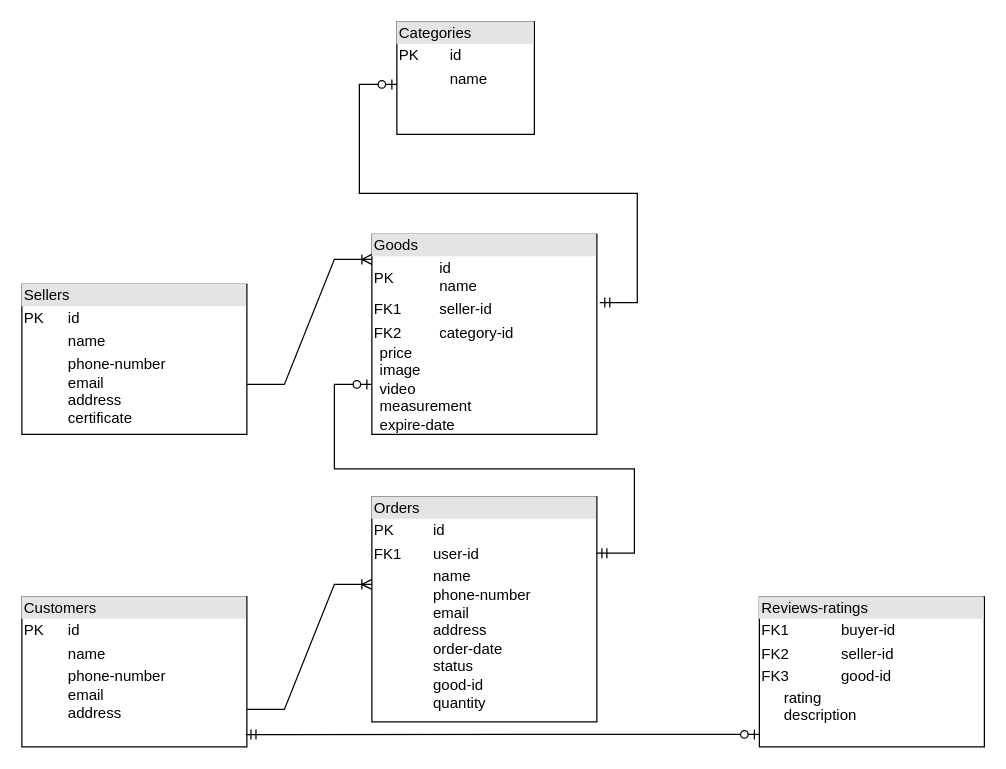
This is Untitled Diagram.drawio from 97sithu/UML, a draw.io file, before an edit. Source tidied: cells renumbered, new cells numbered last; positions are measured from the earlier drawing's top-left corner, leaving out a move shared by most shapes. Both pictures are drawn from the tidied source at 125%, with x=0, y=0 at pixel (21, 21).
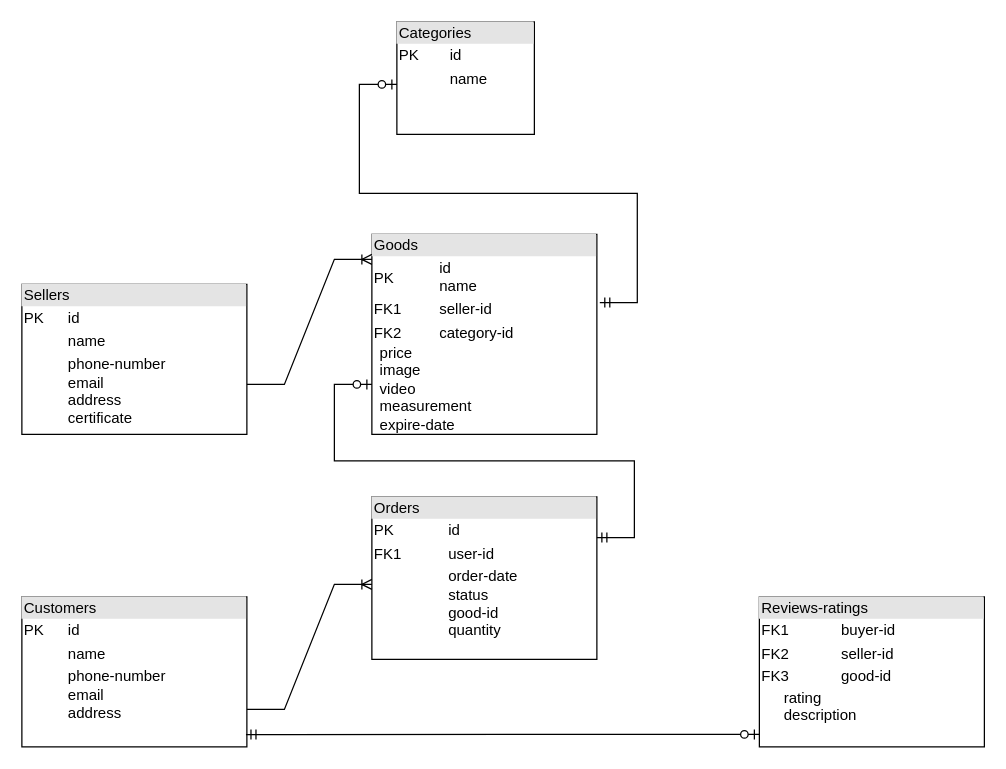
The same page after the edit.

Change to the diagram source:
```diff
@@
 <mxGraphModel>
   <root>
     <mxCell id="0" />
     <mxCell id="1" parent="0" />
     <mxCell id="2" value="&lt;div style=&quot;box-sizing: border-box ; width: 100% ; background: #e4e4e4 ; padding: 2px&quot;&gt;Categories&lt;/div&gt;&lt;table style=&quot;width: 100% ; font-size: 1em&quot; cellpadding=&quot;2&quot; cellspacing=&quot;0&quot;&gt;&lt;tbody&gt;&lt;tr&gt;&lt;td&gt;PK&lt;/td&gt;&lt;td&gt;id&lt;/td&gt;&lt;/tr&gt;&lt;tr&gt;&lt;td&gt;&lt;br&gt;&lt;/td&gt;&lt;td&gt;name&lt;/td&gt;&lt;/tr&gt;&lt;/tbody&gt;&lt;/table&gt;" style="verticalAlign=top;align=left;overflow=fill;html=1;" parent="1" vertex="1">
       <mxGeometry x="300" width="110" height="90" as="geometry" />
     </mxCell>
     <mxCell id="3" value="&lt;div style=&quot;box-sizing: border-box ; width: 100% ; background: #e4e4e4 ; padding: 2px&quot;&gt;Goods&lt;/div&gt;&lt;table style=&quot;width: 100% ; font-size: 1em&quot; cellpadding=&quot;2&quot; cellspacing=&quot;0&quot;&gt;&lt;tbody&gt;&lt;tr&gt;&lt;td&gt;PK&lt;/td&gt;&lt;td&gt;id&lt;br&gt;name&lt;/td&gt;&lt;/tr&gt;&lt;tr&gt;&lt;td&gt;FK1&lt;/td&gt;&lt;td&gt;seller-id&lt;br&gt;&lt;/td&gt;&lt;/tr&gt;&lt;tr&gt;&lt;td&gt;FK2&lt;/td&gt;&lt;td&gt;category-id&lt;/td&gt;&lt;/tr&gt;&lt;/tbody&gt;&lt;/table&gt;&lt;span style=&quot;white-space: pre&quot;&gt; &lt;/span&gt;&lt;span style=&quot;white-space: pre&quot;&gt; &lt;/span&gt;price&lt;br&gt;&lt;span style=&quot;white-space: pre&quot;&gt; &lt;/span&gt;&lt;span style=&quot;white-space: pre&quot;&gt; &lt;/span&gt;image&lt;br&gt;&lt;span style=&quot;white-space: pre&quot;&gt; &lt;/span&gt;&lt;span style=&quot;white-space: pre&quot;&gt; &lt;/span&gt;video&lt;br&gt;&lt;span style=&quot;white-space: pre&quot;&gt; &lt;/span&gt;&lt;span style=&quot;white-space: pre&quot;&gt; &lt;/span&gt;measurement&lt;br&gt;&lt;span style=&quot;white-space: pre&quot;&gt; &lt;/span&gt;&lt;span style=&quot;white-space: pre&quot;&gt; &lt;/span&gt;expire-date&amp;nbsp;" style="verticalAlign=top;align=left;overflow=fill;html=1;" parent="1" vertex="1">
       <mxGeometry x="280" y="170" width="180" height="160" as="geometry" />
     </mxCell>
     <mxCell id="4" value="&lt;div style=&quot;box-sizing: border-box ; width: 100% ; background: #e4e4e4 ; padding: 2px&quot;&gt;Sellers&lt;/div&gt;&lt;table style=&quot;width: 100% ; font-size: 1em&quot; cellpadding=&quot;2&quot; cellspacing=&quot;0&quot;&gt;&lt;tbody&gt;&lt;tr&gt;&lt;td&gt;PK&lt;/td&gt;&lt;td&gt;id&lt;/td&gt;&lt;/tr&gt;&lt;tr&gt;&lt;td&gt;&lt;br&gt;&lt;/td&gt;&lt;td&gt;name&lt;/td&gt;&lt;/tr&gt;&lt;tr&gt;&lt;td&gt;&lt;/td&gt;&lt;td&gt;phone-number&lt;br&gt;email&lt;br&gt;address&lt;br&gt;certificate&lt;/td&gt;&lt;/tr&gt;&lt;/tbody&gt;&lt;/table&gt;" style="verticalAlign=top;align=left;overflow=fill;html=1;" parent="1" vertex="1">
       <mxGeometry y="210" width="180" height="120" as="geometry" />
     </mxCell>
     <mxCell id="5" value="&lt;div style=&quot;box-sizing: border-box ; width: 100% ; background: #e4e4e4 ; padding: 2px&quot;&gt;Customers&lt;/div&gt;&lt;table style=&quot;width: 100% ; font-size: 1em&quot; cellpadding=&quot;2&quot; cellspacing=&quot;0&quot;&gt;&lt;tbody&gt;&lt;tr&gt;&lt;td&gt;PK&lt;/td&gt;&lt;td&gt;id&lt;/td&gt;&lt;/tr&gt;&lt;tr&gt;&lt;td&gt;&lt;br&gt;&lt;/td&gt;&lt;td&gt;name&lt;/td&gt;&lt;/tr&gt;&lt;tr&gt;&lt;td&gt;&lt;/td&gt;&lt;td&gt;phone-number&lt;br&gt;email&lt;br&gt;address&lt;/td&gt;&lt;/tr&gt;&lt;/tbody&gt;&lt;/table&gt;" style="verticalAlign=top;align=left;overflow=fill;html=1;" parent="1" vertex="1">
       <mxGeometry y="460" width="180" height="120" as="geometry" />
     </mxCell>
-    <mxCell id="6" value="&lt;div style=&quot;box-sizing: border-box ; width: 100% ; background: #e4e4e4 ; padding: 2px&quot;&gt;Orders&lt;/div&gt;&lt;table style=&quot;width: 100% ; font-size: 1em&quot; cellpadding=&quot;2&quot; cellspacing=&quot;0&quot;&gt;&lt;tbody&gt;&lt;tr&gt;&lt;td&gt;PK&lt;/td&gt;&lt;td&gt;id&lt;/td&gt;&lt;/tr&gt;&lt;tr&gt;&lt;td&gt;FK1&lt;span style=&quot;white-space: pre&quot;&gt; &lt;/span&gt;&lt;/td&gt;&lt;td&gt;user-id&lt;/td&gt;&lt;/tr&gt;&lt;tr&gt;&lt;td&gt;&lt;/td&gt;&lt;td&gt;name&lt;br&gt;phone-number&lt;br&gt;email&lt;br&gt;address&lt;br&gt;order-date&lt;br&gt;status&lt;br&gt;good-id&lt;br&gt;quantity&lt;/td&gt;&lt;/tr&gt;&lt;/tbody&gt;&lt;/table&gt;" style="verticalAlign=top;align=left;overflow=fill;html=1;" parent="1" vertex="1">
-      <mxGeometry x="280" y="380" width="180" height="180" as="geometry" />
+    <mxCell id="6" value="&lt;div style=&quot;box-sizing: border-box ; width: 100% ; background: #e4e4e4 ; padding: 2px&quot;&gt;Orders&lt;/div&gt;&lt;table style=&quot;width: 100% ; font-size: 1em&quot; cellpadding=&quot;2&quot; cellspacing=&quot;0&quot;&gt;&lt;tbody&gt;&lt;tr&gt;&lt;td&gt;PK&lt;/td&gt;&lt;td&gt;id&lt;/td&gt;&lt;/tr&gt;&lt;tr&gt;&lt;td&gt;FK1&lt;span style=&quot;white-space: pre&quot;&gt; &lt;/span&gt;&lt;/td&gt;&lt;td&gt;user-id&lt;/td&gt;&lt;/tr&gt;&lt;tr&gt;&lt;td&gt;&lt;/td&gt;&lt;td&gt;order-date&lt;br&gt;status&lt;br&gt;good-id&lt;br&gt;quantity&lt;/td&gt;&lt;/tr&gt;&lt;/tbody&gt;&lt;/table&gt;" style="verticalAlign=top;align=left;overflow=fill;html=1;" parent="1" vertex="1">
+      <mxGeometry x="280" y="380" width="180" height="130" as="geometry" />
     </mxCell>
     <mxCell id="7" value="&lt;div style=&quot;box-sizing: border-box ; width: 100% ; background: #e4e4e4 ; padding: 2px&quot;&gt;Reviews-ratings&lt;/div&gt;&lt;table style=&quot;width: 100% ; font-size: 1em&quot; cellpadding=&quot;2&quot; cellspacing=&quot;0&quot;&gt;&lt;tbody&gt;&lt;tr&gt;&lt;td&gt;FK1&lt;/td&gt;&lt;td&gt;buyer-id&lt;/td&gt;&lt;/tr&gt;&lt;tr&gt;&lt;td&gt;FK2&lt;/td&gt;&lt;td&gt;seller-id&lt;/td&gt;&lt;/tr&gt;&lt;tr&gt;&lt;td&gt;FK3&lt;/td&gt;&lt;td&gt;good-id&lt;/td&gt;&lt;/tr&gt;&lt;/tbody&gt;&lt;/table&gt;&lt;span style=&quot;white-space: pre&quot;&gt; &lt;/span&gt;&lt;span style=&quot;white-space: pre&quot;&gt; &lt;/span&gt;&amp;nbsp; &amp;nbsp; rating&lt;br&gt;&lt;span style=&quot;white-space: pre&quot;&gt; &lt;/span&gt;&lt;span style=&quot;white-space: pre&quot;&gt; &lt;/span&gt;&amp;nbsp; &amp;nbsp; description&lt;span style=&quot;white-space: pre&quot;&gt; &lt;/span&gt;" style="verticalAlign=top;align=left;overflow=fill;html=1;" parent="1" vertex="1">
       <mxGeometry x="590" y="460" width="180" height="120" as="geometry" />
     </mxCell>
     <mxCell id="8" style="edgeStyle=entityRelationEdgeStyle;fontSize=12;html=1;endArrow=ERoneToMany;rounded=0;" parent="1" edge="1">
       <mxGeometry relative="1" as="geometry">
         <mxPoint x="180" y="290" as="sourcePoint" />
         <mxPoint x="280" y="190" as="targetPoint" />
       </mxGeometry>
     </mxCell>
     <mxCell id="9" style="edgeStyle=entityRelationEdgeStyle;fontSize=12;html=1;endArrow=ERoneToMany;rounded=0;" parent="1" edge="1">
       <mxGeometry relative="1" as="geometry">
         <mxPoint x="180" y="550" as="sourcePoint" />
         <mxPoint x="280" y="450" as="targetPoint" />
       </mxGeometry>
     </mxCell>
     <mxCell id="10" style="edgeStyle=entityRelationEdgeStyle;fontSize=12;html=1;endArrow=ERzeroToOne;startArrow=ERmandOne;rounded=0;exitX=1;exitY=0.25;exitDx=0;exitDy=0;" parent="1" edge="1" source="6">
       <mxGeometry relative="1" as="geometry">
         <mxPoint x="280" y="290" as="targetPoint" />
       </mxGeometry>
     </mxCell>
     <mxCell id="11" style="edgeStyle=entityRelationEdgeStyle;fontSize=12;html=1;endArrow=ERzeroToOne;startArrow=ERmandOne;rounded=0;exitX=1.013;exitY=0.341;exitDx=0;exitDy=0;exitPerimeter=0;" parent="1" edge="1" source="3">
       <mxGeometry relative="1" as="geometry">
         <mxPoint x="300" y="50" as="targetPoint" />
       </mxGeometry>
     </mxCell>
     <mxCell id="12" style="edgeStyle=entityRelationEdgeStyle;fontSize=12;html=1;endArrow=ERzeroToOne;startArrow=ERmandOne;rounded=0;exitX=0.996;exitY=0.918;exitDx=0;exitDy=0;exitPerimeter=0;" parent="1" edge="1" source="5">
       <mxGeometry relative="1" as="geometry">
         <mxPoint x="590" y="570" as="targetPoint" />
       </mxGeometry>
     </mxCell>
   </root>
 </mxGraphModel>
```
